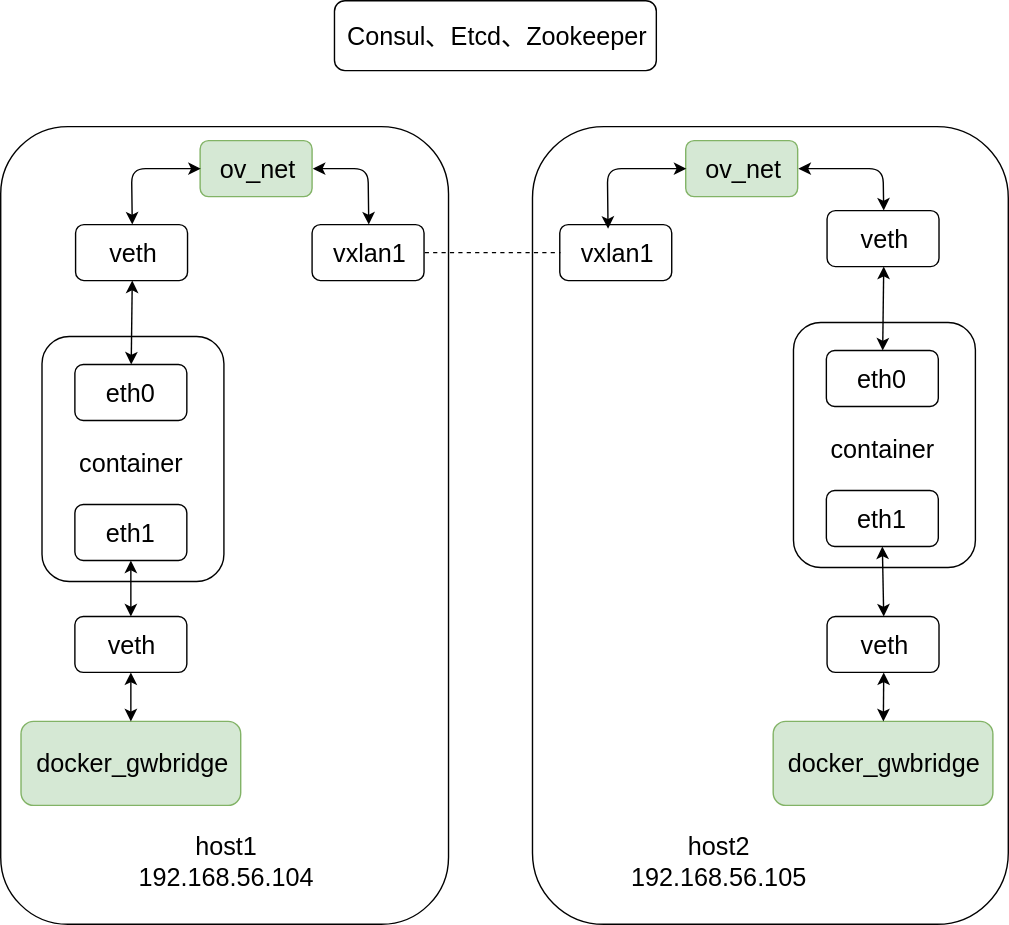
The draw.io diagram docker/overlay.svg in lanzhiwang/awesome-huzhi, before a commit. Source tidied: cells renumbered, new cells last; positions are measured from the earlier drawing's top-left corner, leaving out a move shared by most shapes.
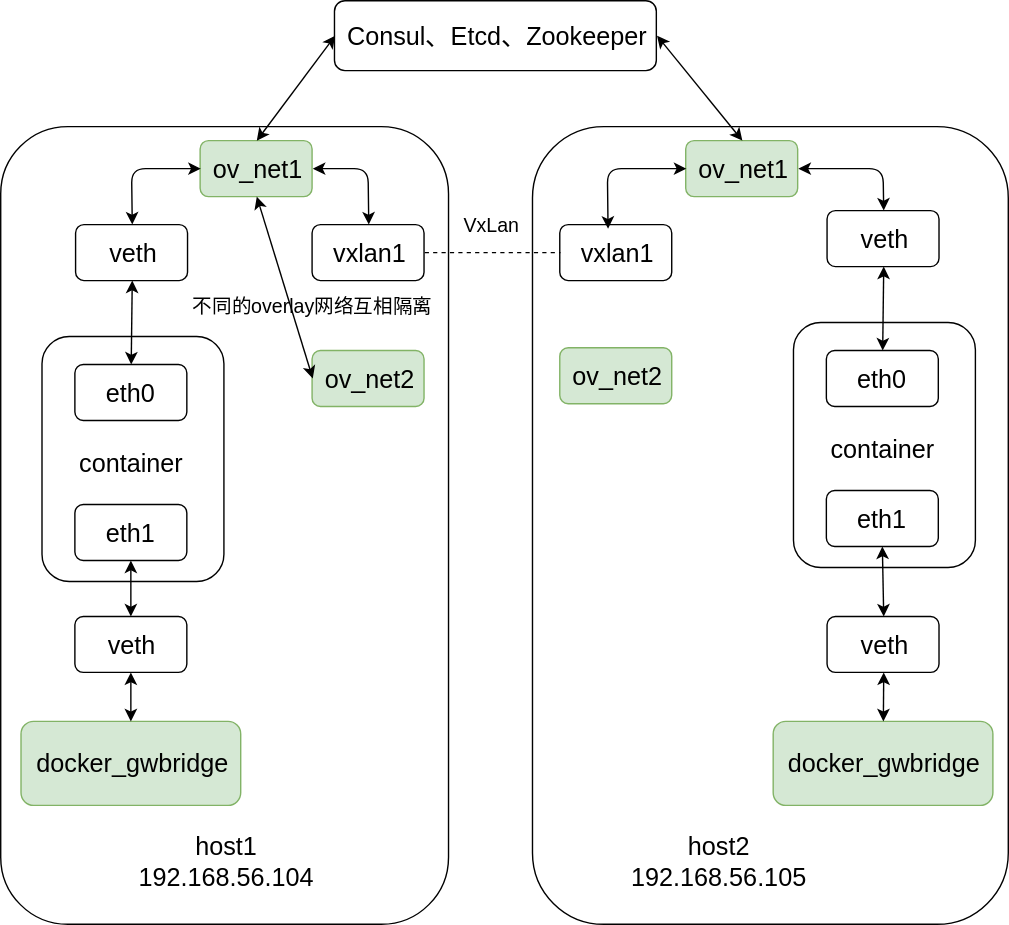
Later version of the same file.

What changed in the source:
```diff
@@ -26,7 +26,7 @@
     <mxCell id="9" value="&lt;font style=&quot;font-size: 18px&quot;&gt;veth&lt;br&gt;&lt;/font&gt;" style="rounded=1;whiteSpace=wrap;html=1;" parent="1" vertex="1">
       <mxGeometry x="53" y="440" width="80" height="40" as="geometry" />
     </mxCell>
-    <mxCell id="10" value="&lt;font style=&quot;font-size: 18px&quot;&gt;ov_net&lt;br&gt;&lt;/font&gt;" style="rounded=1;whiteSpace=wrap;html=1;fillColor=#d5e8d4;strokeColor=#82b366;" parent="1" vertex="1">
+    <mxCell id="10" value="&lt;font style=&quot;font-size: 18px&quot;&gt;ov_net1&lt;br&gt;&lt;/font&gt;" style="rounded=1;whiteSpace=wrap;html=1;fillColor=#d5e8d4;strokeColor=#82b366;" parent="1" vertex="1">
       <mxGeometry x="142.5" y="100" width="80" height="40" as="geometry" />
     </mxCell>
     <mxCell id="11" style="endArrow=classic;startArrow=classic;html=1;entryX=0;entryY=0.5;exitX=0.5;exitY=0;" parent="1" edge="1" source="8" target="10">
@@ -70,7 +70,7 @@
     <mxCell id="21" value="&lt;font style=&quot;font-size: 18px&quot;&gt;veth&lt;br&gt;&lt;/font&gt;" style="rounded=1;whiteSpace=wrap;html=1;" parent="1" vertex="1">
       <mxGeometry x="590.5" y="440" width="80" height="40" as="geometry" />
     </mxCell>
-    <mxCell id="22" value="&lt;font style=&quot;font-size: 18px&quot;&gt;ov_net&lt;br&gt;&lt;/font&gt;" style="rounded=1;whiteSpace=wrap;html=1;fillColor=#d5e8d4;strokeColor=#82b366;" parent="1" vertex="1">
+    <mxCell id="22" value="&lt;font style=&quot;font-size: 18px&quot;&gt;ov_net1&lt;br&gt;&lt;/font&gt;" style="rounded=1;whiteSpace=wrap;html=1;fillColor=#d5e8d4;strokeColor=#82b366;" parent="1" vertex="1">
       <mxGeometry x="489.5" y="100" width="80" height="40" as="geometry" />
     </mxCell>
     <mxCell id="23" style="endArrow=classic;startArrow=classic;html=1;entryX=0.5;entryY=1;" parent="1" edge="1" source="17" target="20">
@@ -120,5 +120,26 @@
     <mxCell id="35" value="&lt;font style=&quot;font-size: 18px&quot;&gt;Consul、Etcd、Zookeeper&lt;/font&gt;" style="rounded=1;whiteSpace=wrap;html=1;" parent="1" vertex="1">
       <mxGeometry x="238.5" width="230" height="50" as="geometry" />
     </mxCell>
+    <mxCell id="36" style="endArrow=classic;startArrow=classic;html=1;entryX=0;entryY=0.5;exitX=0.5;exitY=0;" parent="1" edge="1" source="10" target="35">
+      <mxGeometry relative="1" as="geometry" />
+    </mxCell>
+    <mxCell id="37" style="endArrow=classic;startArrow=classic;html=1;exitX=1;exitY=0.5;entryX=0.5;entryY=0;" parent="1" edge="1" source="35" target="22">
+      <mxGeometry relative="1" as="geometry" />
+    </mxCell>
+    <mxCell id="38" value="&lt;font style=&quot;font-size: 18px&quot;&gt;ov_net2&lt;br&gt;&lt;/font&gt;" style="rounded=1;whiteSpace=wrap;html=1;fillColor=#d5e8d4;strokeColor=#82b366;" parent="1" vertex="1">
+      <mxGeometry x="222.5" y="250" width="80" height="40" as="geometry" />
+    </mxCell>
+    <mxCell id="39" value="&lt;font style=&quot;font-size: 18px&quot;&gt;ov_net2&lt;br&gt;&lt;/font&gt;" style="rounded=1;whiteSpace=wrap;html=1;fillColor=#d5e8d4;strokeColor=#82b366;" parent="1" vertex="1">
+      <mxGeometry x="399.5" y="248" width="80" height="40" as="geometry" />
+    </mxCell>
+    <mxCell id="40" style="endArrow=classic;startArrow=classic;html=1;entryX=0.5;entryY=1;exitX=0;exitY=0.5;" parent="1" edge="1" source="38" target="10">
+      <mxGeometry relative="1" as="geometry" />
+    </mxCell>
+    <mxCell id="41" value="&lt;font style=&quot;font-size: 14px&quot;&gt;VxLan&lt;/font&gt;" style="rounded=1;whiteSpace=wrap;html=1;strokeColor=none;" parent="1" vertex="1">
+      <mxGeometry x="325.5" y="150" width="50" height="20" as="geometry" />
+    </mxCell>
+    <mxCell id="42" value="&lt;font style=&quot;font-size: 14px&quot;&gt;不同的overlay网络互相隔离&lt;/font&gt;&lt;br&gt;" style="text;html=1;strokeColor=none;fillColor=none;align=center;verticalAlign=middle;whiteSpace=wrap;rounded=0;" parent="1" vertex="1">
+      <mxGeometry x="132.5" y="205" width="180" height="25" as="geometry" />
+    </mxCell>
   </root>
 </mxGraphModel>
```
